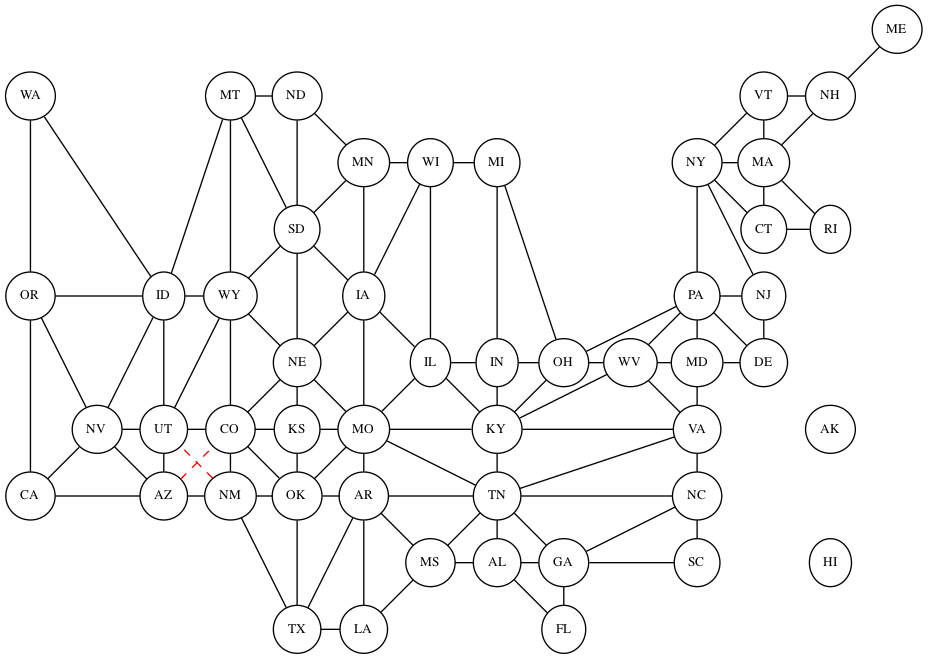
Before: states_planned.png, a diagram exported from Graphviz (jaycoskey/DataVisualization). Its source is kept beside it as states_planned.dot.
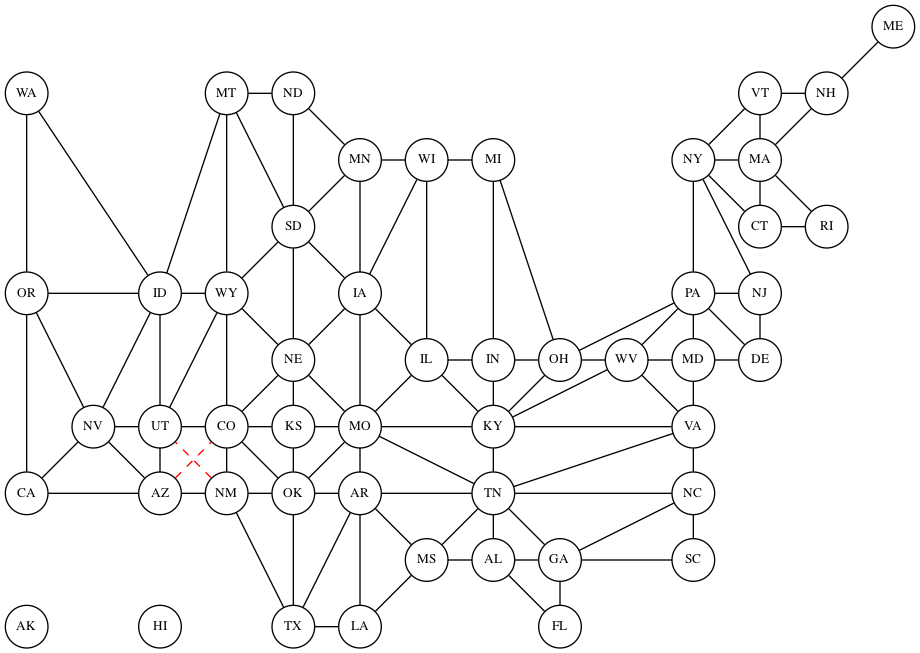
The same file after the commit.

What changed in the source:
```diff
@@ -1,8 +1,7 @@
 strict graph States {
+    node [fixedsize=true fontsize=10 height=0.45 width=0.45]
 
-  node [fontsize=10, width=0.3]
-  subgraph cluster_states {
-    AK [pos="650.0,200.0"]
+    AK [pos="50.0,50.0"]
     AL [pos="400.0,100.0"]
     AR [pos="300.0,150.0"]
     AZ [pos="150.0,150.0"]
@@ -12,7 +11,7 @@
     DE [pos="600.0,250.0"]
     FL [pos="450.0,50.0"]
     GA [pos="450.0,100.0"]
-    HI [pos="650.0,100.0"]
+    HI [pos="150.0,50.0"]
     IA [pos="300.0,300.0"]
     ID [pos="150.0,300.0"]
     IL [pos="350.0,250.0"]
@@ -52,113 +51,112 @@
     WI [pos="350.0,400.0"]
     WV [pos="500.0,250.0"]
     WY [pos="200.0,300.0"]
-  }
 
-  AL -- FL [ ]
-  AL -- GA [ ]
-  AL -- MS [ ]
-  AL -- TN [ ]
-  AR -- LA [ ]
-  AR -- MO [ ]
-  AR -- MS [ ]
-  AR -- OK [ ]
-  AR -- TN [ ]
-  AR -- TX [ ]
-  AZ -- CA [ ]
-  AZ -- CO [color=red style=dashed]
-  AZ -- NM [ ]
-  AZ -- NV [ ]
-  AZ -- UT [ ]
-  CA -- NV [ ]
-  CA -- OR [ ]
-  CO -- KS [ ]
-  CO -- NE [ ]
-  CO -- NM [ ]
-  CO -- OK [ ]
-  CO -- UT [ ]
-  CO -- WY [ ]
-  CT -- MA [ ]
-  CT -- NY [ ]
-  CT -- RI [ ]
-  DE -- MD [ ]
-  DE -- NJ [ ]
-  DE -- PA [ ]
-  FL -- GA [ ]
-  GA -- NC [ ]
-  GA -- SC [ ]
-  GA -- TN [ ]
-  IA -- IL [ ]
-  IA -- MN [ ]
-  IA -- MO [ ]
-  IA -- NE [ ]
-  IA -- SD [ ]
-  IA -- WI [ ]
-  ID -- MT [ ]
-  ID -- NV [ ]
-  ID -- OR [ ]
-  ID -- UT [ ]
-  ID -- WA [ ]
-  ID -- WY [ ]
-  IL -- IN [ ]
-  IL -- KY [ ]
-  IL -- MO [ ]
-  IL -- WI [ ]
-  IN -- KY [ ]
-  IN -- MI [ ]
-  IN -- OH [ ]
-  KS -- MO [ ]
-  KS -- NE [ ]
-  KS -- OK [ ]
-  KY -- MO [ ]
-  KY -- OH [ ]
-  KY -- TN [ ]
-  KY -- VA [ ]
-  KY -- WV [ ]
-  LA -- MS [ ]
-  LA -- TX [ ]
-  MA -- NH [ ]
-  MA -- NY [ ]
-  MA -- RI [ ]
-  MA -- VT [ ]
-  MD -- PA [ ]
-  MD -- VA [ ]
-  MD -- WV [ ]
-  ME -- NH [ ]
-  MI -- OH [ ]
-  MI -- WI [ ]
-  MN -- ND [ ]
-  MN -- SD [ ]
-  MN -- WI [ ]
-  MO -- NE [ ]
-  MO -- OK [ ]
-  MO -- TN [ ]
-  MS -- TN [ ]
-  MT -- ND [ ]
-  MT -- SD [ ]
-  MT -- WY [ ]
-  NC -- SC [ ]
-  NC -- TN [ ]
-  NC -- VA [ ]
-  ND -- SD [ ]
-  NE -- SD [ ]
-  NE -- WY [ ]
-  NH -- VT [ ]
-  NJ -- NY [ ]
-  NJ -- PA [ ]
-  NM -- OK [ ]
-  NM -- TX [ ]
-  NM -- UT [color=red style=dashed]
-  NV -- OR [ ]
-  NV -- UT [ ]
-  NY -- PA [ ]
-  NY -- VT [ ]
-  OH -- PA [ ]
-  OH -- WV [ ]
-  OK -- TX [ ]
-  OR -- WA [ ]
-  PA -- WV [ ]
-  SD -- WY [ ]
-  TN -- VA [ ]
-  UT -- WY [ ]
-  VA -- WV [ ]
+    AL -- FL
+    AL -- GA
+    AL -- MS
+    AL -- TN
+    AR -- LA
+    AR -- MO
+    AR -- MS
+    AR -- OK
+    AR -- TN
+    AR -- TX
+    AZ -- CA
+    AZ -- CO [color=red style=dashed]
+    AZ -- NM
+    AZ -- NV
+    AZ -- UT
+    CA -- NV
+    CA -- OR
+    CO -- KS
+    CO -- NE
+    CO -- NM
+    CO -- OK
+    CO -- UT
+    CO -- WY
+    CT -- MA
+    CT -- NY
+    CT -- RI
+    DE -- MD
+    DE -- NJ
+    DE -- PA
+    FL -- GA
+    GA -- NC
+    GA -- SC
+    GA -- TN
+    IA -- IL
+    IA -- MN
+    IA -- MO
+    IA -- NE
+    IA -- SD
+    IA -- WI
+    ID -- MT
+    ID -- NV
+    ID -- OR
+    ID -- UT
+    ID -- WA
+    ID -- WY
+    IL -- IN
+    IL -- KY
+    IL -- MO
+    IL -- WI
+    IN -- KY
+    IN -- MI
+    IN -- OH
+    KS -- MO
+    KS -- NE
+    KS -- OK
+    KY -- MO
+    KY -- OH
+    KY -- TN
+    KY -- VA
+    KY -- WV
+    LA -- MS
+    LA -- TX
+    MA -- NH
+    MA -- NY
+    MA -- RI
+    MA -- VT
+    MD -- PA
+    MD -- VA
+    MD -- WV
+    ME -- NH
+    MI -- OH
+    MI -- WI
+    MN -- ND
+    MN -- SD
+    MN -- WI
+    MO -- NE
+    MO -- OK
+    MO -- TN
+    MS -- TN
+    MT -- ND
+    MT -- SD
+    MT -- WY
+    NC -- SC
+    NC -- TN
+    NC -- VA
+    ND -- SD
+    NE -- SD
+    NE -- WY
+    NH -- VT
+    NJ -- NY
+    NJ -- PA
+    NM -- OK
+    NM -- TX
+    NM -- UT [color=red style=dashed]
+    NV -- OR
+    NV -- UT
+    NY -- PA
+    NY -- VT
+    OH -- PA
+    OH -- WV
+    OK -- TX
+    OR -- WA
+    PA -- WV
+    SD -- WY
+    TN -- VA
+    UT -- WY
+    VA -- WV
 }
```
